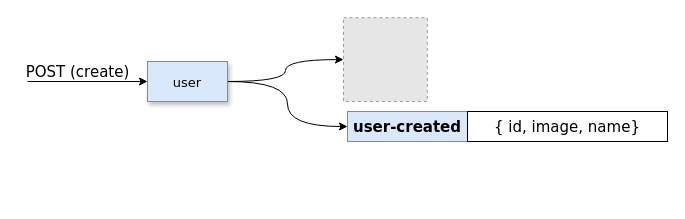
karankumarshreds/Clone keeps this draw.io diagram as page "stack" (2 of 2) of architecture/architecture.drawio. Above is the earlier version. Source tidied: cells renumbered, new cells numbered last; positions are measured from the earlier drawing's top-left corner, leaving out a move shared by most shapes. Both pictures are drawn from the tidied source at 100%, with x=0, y=0 at pixel (17, 17). Pictures stored in the file or linked from it are replaced by grey dashed boxes.
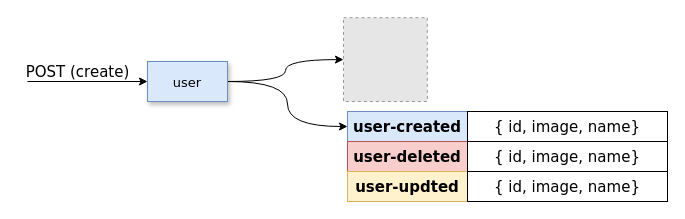
After the change.

What changed in the source:
```diff
@@
 <mxGraphModel>
   <root>
     <mxCell id="0" />
     <mxCell id="1" parent="0" />
     <mxCell id="2" style="edgeStyle=orthogonalEdgeStyle;curved=1;rounded=0;jettySize=auto;html=1;exitX=1;exitY=0.5;exitDx=0;exitDy=0;fontFamily=Verdana;fontSize=15;" parent="1" edge="1" source="4" target="7">
       <mxGeometry relative="1" as="geometry" />
     </mxCell>
     <mxCell id="3" style="edgeStyle=orthogonalEdgeStyle;curved=1;rounded=0;jettySize=auto;html=1;exitX=1;exitY=0.5;exitDx=0;exitDy=0;entryX=0;entryY=0.5;entryDx=0;entryDy=0;fontFamily=Verdana;fontSize=15;" parent="1" edge="1" source="4" target="8">
       <mxGeometry relative="1" as="geometry" />
     </mxCell>
     <mxCell id="4" value="&lt;font style=&quot;font-size: 13px&quot;&gt;user&lt;/font&gt;" style="rounded=1;whiteSpace=wrap;html=1;shadow=1;fontFamily=Verdana;fontSize=15;arcSize=0;fillColor=#dae8fc;strokeColor=#6c8ebf;" parent="1" vertex="1">
       <mxGeometry x="130" y="44" width="80" height="40" as="geometry" />
     </mxCell>
     <mxCell id="5" style="endArrow=classic;html=1;fontFamily=Verdana;fontSize=15;" parent="1" edge="1">
       <mxGeometry relative="1" as="geometry">
         <mxPoint x="10" y="64" as="sourcePoint" />
         <mxPoint x="130" y="64" as="targetPoint" />
       </mxGeometry>
     </mxCell>
     <mxCell id="6" value="POST (create)" style="text;html=1;align=center;verticalAlign=middle;strokeColor=none;fillColor=none;fontSize=15;fontFamily=Verdana;" parent="1" vertex="1">
       <mxGeometry y="44" width="120" height="20" as="geometry" />
     </mxCell>
     <mxCell id="7" style="fillColor=#E6E6E6;strokeColor=#999999;dashed=1;verticalLabelPosition=bottom;verticalAlign=top;fontFamily=Verdana;fontSize=15;" parent="1" vertex="1">
       <mxGeometry x="326" y="0.2" width="83.8" height="83.8" as="geometry" />
     </mxCell>
     <mxCell id="8" value="user-created" style="whiteSpace=wrap;html=1;rounded=1;fontFamily=Verdana;fontSize=15;arcSize=0;fillColor=#dae8fc;strokeColor=#6c8ebf;fontStyle=1;" parent="1" vertex="1">
       <mxGeometry x="330" y="94" width="120" height="30" as="geometry" />
     </mxCell>
     <mxCell id="9" value="{ id, image, name}" style="whiteSpace=wrap;html=1;rounded=1;fontFamily=Verdana;fontSize=15;arcSize=0;" parent="1" vertex="1">
       <mxGeometry x="450" y="94" width="200" height="30" as="geometry" />
     </mxCell>
+    <mxCell id="10" value="user-deleted" style="whiteSpace=wrap;html=1;rounded=1;fontFamily=Verdana;fontSize=15;arcSize=0;fillColor=#f8cecc;strokeColor=#b85450;fontStyle=1;" parent="1" vertex="1">
+      <mxGeometry x="330" y="124" width="120" height="30" as="geometry" />
+    </mxCell>
+    <mxCell id="11" value="{ id, image, name}" style="whiteSpace=wrap;html=1;rounded=1;fontFamily=Verdana;fontSize=15;arcSize=0;" parent="1" vertex="1">
+      <mxGeometry x="450" y="124" width="200" height="30" as="geometry" />
+    </mxCell>
+    <mxCell id="12" value="user-updted" style="whiteSpace=wrap;html=1;rounded=1;fontFamily=Verdana;fontSize=15;arcSize=0;fillColor=#fff2cc;strokeColor=#d6b656;fontStyle=1;" parent="1" vertex="1">
+      <mxGeometry x="330" y="154" width="120" height="30" as="geometry" />
+    </mxCell>
+    <mxCell id="13" value="{ id, image, name}" style="whiteSpace=wrap;html=1;rounded=1;fontFamily=Verdana;fontSize=15;arcSize=0;" parent="1" vertex="1">
+      <mxGeometry x="450" y="154" width="200" height="30" as="geometry" />
+    </mxCell>
   </root>
 </mxGraphModel>
```
